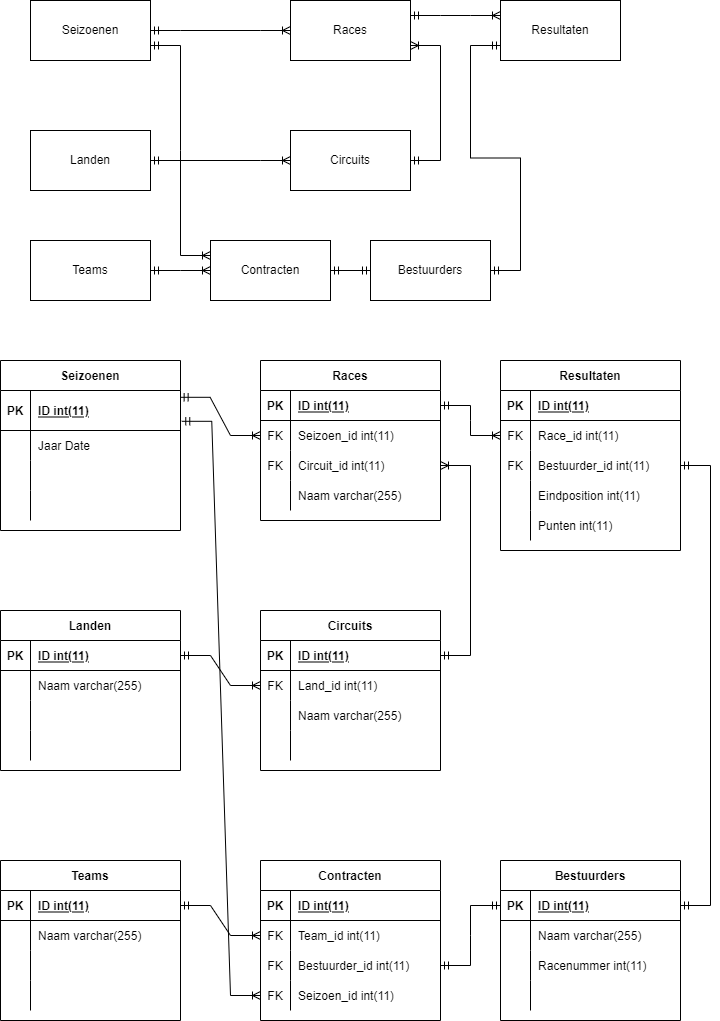
PeterVanKampen7/AO-B7-ERD keeps this draw.io diagram as F1 ERD.drawio.png. Above is the earlier version. Source tidied: cells renumbered, new cells last; positions are measured from the earlier drawing's top-left corner, leaving out a move shared by most shapes.
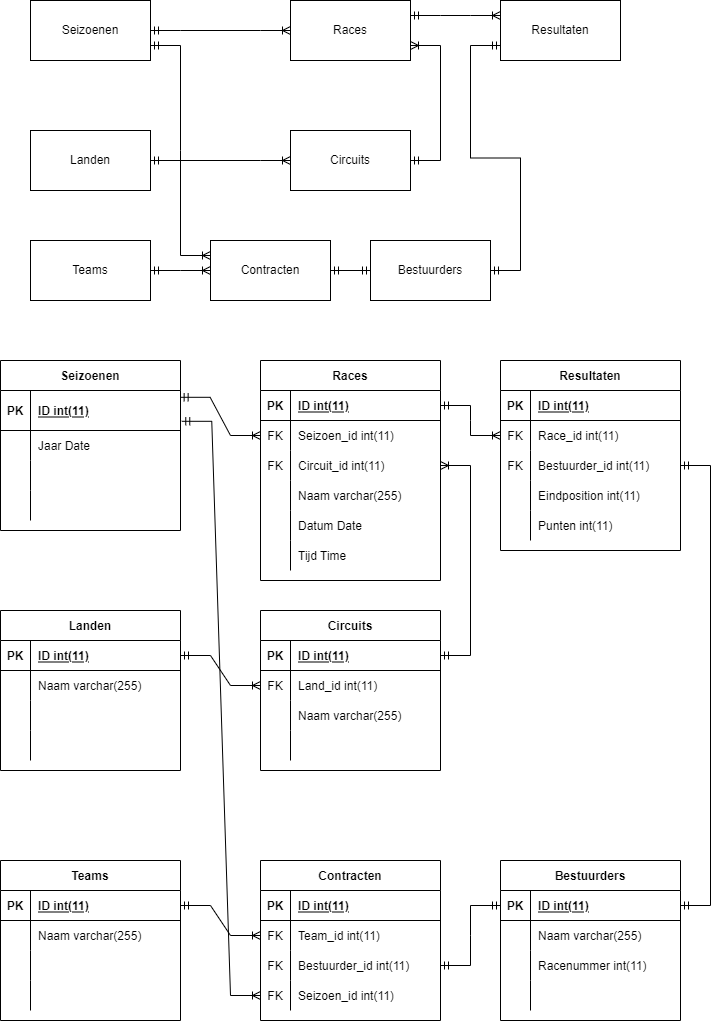
The same diagram one commit later.

The edit, as a diff of the source:
```diff
@@ -90,7 +90,7 @@
       <mxGeometry x="30" width="150" height="30" as="geometry" />
     </mxCell>
     <mxCell id="31" value="Races" style="shape=table;startSize=30;rowLines=0;fontStyle=1;align=center;" parent="1" vertex="1">
-      <mxGeometry x="260" y="360" width="180" height="160" as="geometry" />
+      <mxGeometry x="260" y="360" width="180" height="220" as="geometry" />
     </mxCell>
     <mxCell id="32" style="shape=tableRow;horizontal=0;startSize=0;swimlaneHead=0;swimlaneBody=0;fillColor=none;points=[[0,0.5],[1,0.5]];portConstraint=eastwest;top=0;left=0;right=0;bottom=1;" parent="31" vertex="1">
       <mxGeometry y="30" width="180" height="30" as="geometry" />
@@ -128,6 +128,24 @@
     <mxCell id="43" value="Naam varchar(255)" style="shape=partialRectangle;fillColor=none;top=0;left=0;bottom=0;right=0;align=left;spacingLeft=6;overflow=hidden;" parent="41" vertex="1">
       <mxGeometry x="30" width="150" height="30" as="geometry" />
     </mxCell>
+    <mxCell id="133" style="shape=tableRow;horizontal=0;startSize=0;swimlaneHead=0;swimlaneBody=0;fillColor=none;top=0;left=0;right=0;bottom=0;" parent="31" vertex="1">
+      <mxGeometry y="150" width="180" height="30" as="geometry" />
+    </mxCell>
+    <mxCell id="134" style="shape=partialRectangle;fillColor=none;top=0;left=0;bottom=0;right=0;fontStyle=0;overflow=hidden;" parent="133" vertex="1">
+      <mxGeometry width="30" height="30" as="geometry" />
+    </mxCell>
+    <mxCell id="135" value="Datum Date" style="shape=partialRectangle;fillColor=none;top=0;left=0;bottom=0;right=0;align=left;spacingLeft=6;fontStyle=0;overflow=hidden;" parent="133" vertex="1">
+      <mxGeometry x="30" width="150" height="30" as="geometry" />
+    </mxCell>
+    <mxCell id="136" style="shape=tableRow;horizontal=0;startSize=0;swimlaneHead=0;swimlaneBody=0;fillColor=none;top=0;left=0;right=0;bottom=0;" parent="31" vertex="1">
+      <mxGeometry y="180" width="180" height="30" as="geometry" />
+    </mxCell>
+    <mxCell id="137" style="shape=partialRectangle;fillColor=none;top=0;left=0;bottom=0;right=0;fontStyle=0;overflow=hidden;" parent="136" vertex="1">
+      <mxGeometry width="30" height="30" as="geometry" />
+    </mxCell>
+    <mxCell id="138" value="Tijd Time" style="shape=partialRectangle;fillColor=none;top=0;left=0;bottom=0;right=0;align=left;spacingLeft=6;fontStyle=0;overflow=hidden;" parent="136" vertex="1">
+      <mxGeometry x="30" width="150" height="30" as="geometry" />
+    </mxCell>
     <mxCell id="44" style="edgeStyle=entityRelationEdgeStyle;fontSize=12;html=1;endArrow=ERoneToMany;startArrow=ERmandOne;rounded=0;exitX=0.998;exitY=0.17;exitDx=0;exitDy=0;entryX=0;entryY=0.5;entryDx=0;entryDy=0;exitPerimeter=0;" parent="1" edge="1" source="19" target="35">
       <mxGeometry relative="1" as="geometry" />
     </mxCell>
```
